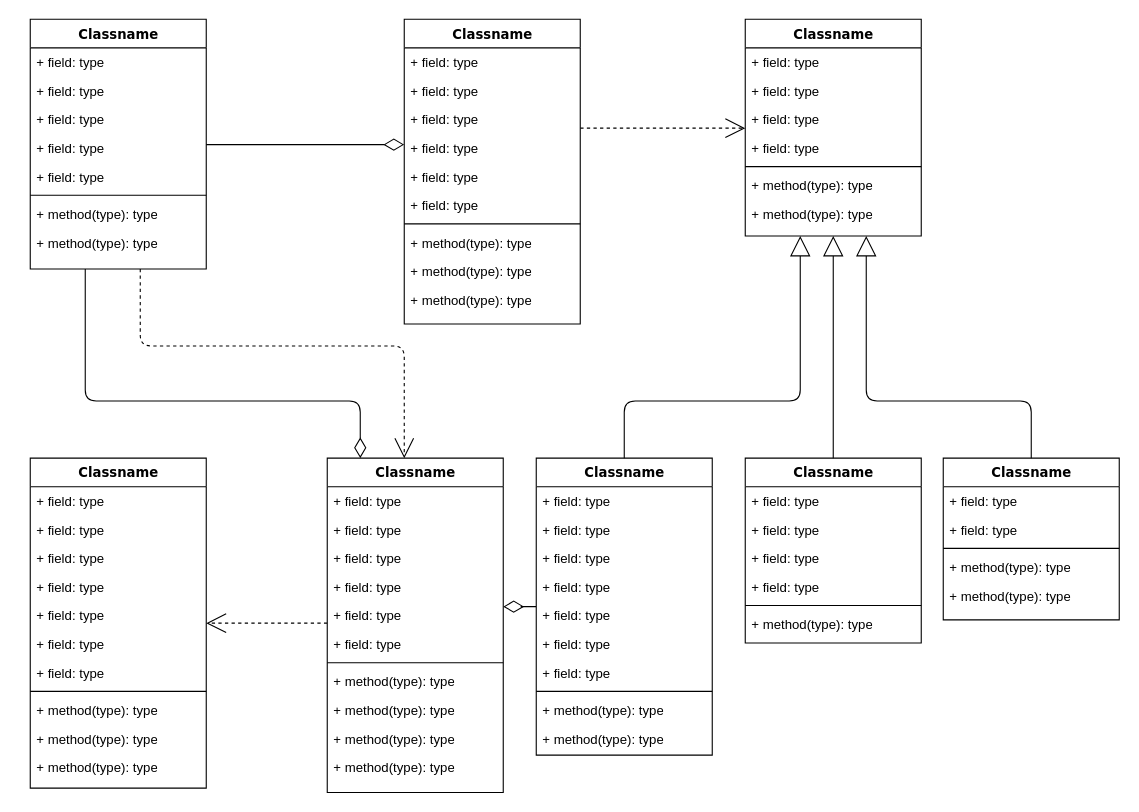
The draw.io diagram Diagrama sin título.drawio in NestorSchneemann/el-experto, before the edit. Source tidied: cells renumbered, new cells numbered last; positions are measured from the earlier drawing's top-left corner, leaving out a move shared by most shapes. Both pictures are drawn from the tidied source at 110%, with x=0, y=0 at pixel (30, 19).
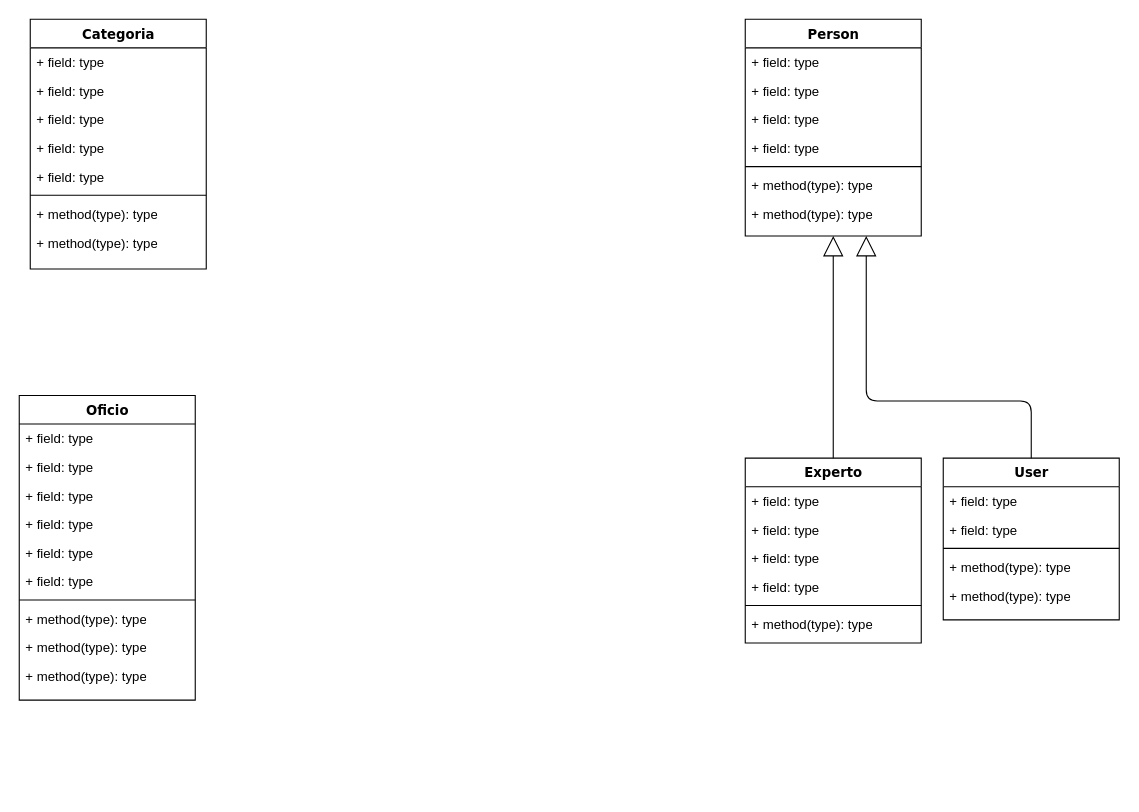
The same page after the edit.

Diff of the diagram source:
```diff
@@
-    <mxCell id="2" style="edgeStyle=orthogonalEdgeStyle;html=1;labelBackgroundColor=none;startFill=0;startSize=8;endArrow=open;endFill=0;endSize=16;fontFamily=Verdana;fontSize=12;dashed=1;" parent="1" edge="1" source="4" target="47">
-      <mxGeometry relative="1" as="geometry">
-        <Array as="points">
-          <mxPoint x="100" y="297" />
-          <mxPoint x="340" y="297" />
-        </Array>
-      </mxGeometry>
-    </mxCell>
-    <mxCell id="3" style="edgeStyle=orthogonalEdgeStyle;html=1;labelBackgroundColor=none;startFill=0;startSize=8;endArrow=diamondThin;endFill=0;endSize=16;fontFamily=Verdana;fontSize=12;" parent="1" edge="1" source="4" target="47">
-      <mxGeometry relative="1" as="geometry">
-        <Array as="points">
-          <mxPoint x="50" y="347" />
-          <mxPoint x="300" y="347" />
-        </Array>
-      </mxGeometry>
-    </mxCell>
-    <mxCell id="4" value="Classname" style="swimlane;html=1;fontStyle=1;align=center;verticalAlign=top;horizontal=1;startSize=26;swimlaneFillColor=#ffffff;rounded=0;shadow=0;comic=0;labelBackgroundColor=none;strokeWidth=1;fillColor=none;fontFamily=Verdana;fontSize=12;" parent="1" vertex="1">
+    <mxCell id="4" value="Categoria" style="swimlane;html=1;fontStyle=1;align=center;verticalAlign=top;horizontal=1;startSize=26;swimlaneFillColor=#ffffff;rounded=0;shadow=0;comic=0;labelBackgroundColor=none;strokeWidth=1;fillColor=none;fontFamily=Verdana;fontSize=12;" parent="1" vertex="1">
       <mxGeometry width="160" height="227" as="geometry" />
     </mxCell>
@@
-    <mxCell id="13" style="edgeStyle=elbowEdgeStyle;html=1;labelBackgroundColor=none;startFill=0;startSize=8;endArrow=open;endFill=0;endSize=16;fontFamily=Verdana;fontSize=12;elbow=vertical;dashed=1;" parent="1" edge="1" source="14" target="25">
-      <mxGeometry relative="1" as="geometry" />
-    </mxCell>
-    <mxCell id="14" value="Classname" style="swimlane;html=1;fontStyle=1;align=center;verticalAlign=top;horizontal=1;startSize=26;swimlaneFillColor=#ffffff;rounded=0;shadow=0;comic=0;labelBackgroundColor=none;strokeWidth=1;fillColor=none;fontFamily=Verdana;fontSize=12;" parent="1" vertex="1">
-      <mxGeometry x="340" width="160" height="277" as="geometry" />
+    <mxCell id="14" value="Oficio" style="swimlane;html=1;fontStyle=1;align=center;verticalAlign=top;horizontal=1;startSize=26;swimlaneFillColor=#ffffff;rounded=0;shadow=0;comic=0;labelBackgroundColor=none;strokeWidth=1;fillColor=none;fontFamily=Verdana;fontSize=12;" parent="1" vertex="1">
+      <mxGeometry x="-10" y="342" width="160" height="277" as="geometry" />
     </mxCell>
@@
-    <mxCell id="25" value="Classname" style="swimlane;html=1;fontStyle=1;align=center;verticalAlign=top;horizontal=1;startSize=26;swimlaneFillColor=#ffffff;rounded=0;shadow=0;comic=0;labelBackgroundColor=none;strokeWidth=1;fillColor=none;fontFamily=Verdana;fontSize=12;" parent="1" vertex="1">
+    <mxCell id="25" value="Person" style="swimlane;html=1;fontStyle=1;align=center;verticalAlign=top;horizontal=1;startSize=26;swimlaneFillColor=#ffffff;rounded=0;shadow=0;comic=0;labelBackgroundColor=none;strokeWidth=1;fillColor=none;fontFamily=Verdana;fontSize=12;" parent="1" vertex="1">
       <mxGeometry x="650" width="160" height="197" as="geometry" />
     </mxCell>
@@
-    <mxCell id="33" style="edgeStyle=elbowEdgeStyle;html=1;labelBackgroundColor=none;startFill=0;startSize=8;endArrow=open;endFill=0;endSize=16;fontFamily=Verdana;fontSize=12;elbow=vertical;dashed=1;" parent="1" edge="1" source="47" target="34">
-      <mxGeometry relative="1" as="geometry" />
-    </mxCell>
-    <mxCell id="34" value="Classname" style="swimlane;html=1;fontStyle=1;align=center;verticalAlign=top;horizontal=1;startSize=26;swimlaneFillColor=#ffffff;rounded=0;shadow=0;comic=0;labelBackgroundColor=none;strokeWidth=1;fillColor=none;fontFamily=Verdana;fontSize=12;" parent="1" vertex="1">
-      <mxGeometry y="399" width="160" height="300" as="geometry" />
-    </mxCell>
-    <mxCell id="35" value="+ field: type" style="text;html=1;strokeColor=none;fillColor=none;align=left;verticalAlign=top;spacingLeft=4;spacingRight=4;whiteSpace=wrap;overflow=hidden;" parent="34" vertex="1">
-      <mxGeometry y="26" width="160" height="26" as="geometry" />
-    </mxCell>
-    <mxCell id="36" value="+ field: type" style="text;html=1;strokeColor=none;fillColor=none;align=left;verticalAlign=top;spacingLeft=4;spacingRight=4;whiteSpace=wrap;overflow=hidden;" parent="34" vertex="1">
-      <mxGeometry y="52" width="160" height="26" as="geometry" />
-    </mxCell>
-    <mxCell id="37" value="+ field: type" style="text;html=1;strokeColor=none;fillColor=none;align=left;verticalAlign=top;spacingLeft=4;spacingRight=4;whiteSpace=wrap;overflow=hidden;" parent="34" vertex="1">
-      <mxGeometry y="78" width="160" height="26" as="geometry" />
-    </mxCell>
-    <mxCell id="38" value="+ field: type" style="text;html=1;strokeColor=none;fillColor=none;align=left;verticalAlign=top;spacingLeft=4;spacingRight=4;whiteSpace=wrap;overflow=hidden;" parent="34" vertex="1">
-      <mxGeometry y="104" width="160" height="26" as="geometry" />
-    </mxCell>
-    <mxCell id="39" value="+ field: type" style="text;html=1;strokeColor=none;fillColor=none;align=left;verticalAlign=top;spacingLeft=4;spacingRight=4;whiteSpace=wrap;overflow=hidden;" parent="34" vertex="1">
-      <mxGeometry y="130" width="160" height="26" as="geometry" />
-    </mxCell>
-    <mxCell id="40" value="+ field: type" style="text;html=1;strokeColor=none;fillColor=none;align=left;verticalAlign=top;spacingLeft=4;spacingRight=4;whiteSpace=wrap;overflow=hidden;" parent="34" vertex="1">
-      <mxGeometry y="156" width="160" height="26" as="geometry" />
-    </mxCell>
-    <mxCell id="41" value="+ field: type" style="text;html=1;strokeColor=none;fillColor=none;align=left;verticalAlign=top;spacingLeft=4;spacingRight=4;whiteSpace=wrap;overflow=hidden;" parent="34" vertex="1">
-      <mxGeometry y="182" width="160" height="26" as="geometry" />
-    </mxCell>
-    <mxCell id="42" style="line;html=1;strokeWidth=1;fillColor=none;align=left;verticalAlign=middle;spacingTop=-1;spacingLeft=3;spacingRight=3;labelPosition=right;" parent="34" vertex="1">
-      <mxGeometry y="208" width="160" height="8" as="geometry" />
-    </mxCell>
-    <mxCell id="43" value="+ method(type): type" style="text;html=1;strokeColor=none;fillColor=none;align=left;verticalAlign=top;spacingLeft=4;spacingRight=4;whiteSpace=wrap;overflow=hidden;" parent="34" vertex="1">
-      <mxGeometry y="216" width="160" height="26" as="geometry" />
-    </mxCell>
-    <mxCell id="44" value="+ method(type): type" style="text;html=1;strokeColor=none;fillColor=none;align=left;verticalAlign=top;spacingLeft=4;spacingRight=4;whiteSpace=wrap;overflow=hidden;" parent="34" vertex="1">
-      <mxGeometry y="242" width="160" height="26" as="geometry" />
-    </mxCell>
-    <mxCell id="45" value="+ method(type): type" style="text;html=1;strokeColor=none;fillColor=none;align=left;verticalAlign=top;spacingLeft=4;spacingRight=4;whiteSpace=wrap;overflow=hidden;" parent="34" vertex="1">
-      <mxGeometry y="268" width="160" height="26" as="geometry" />
-    </mxCell>
-    <mxCell id="46" style="edgeStyle=elbowEdgeStyle;html=1;labelBackgroundColor=none;startFill=0;startSize=8;endArrow=diamondThin;endFill=0;endSize=16;fontFamily=Verdana;fontSize=12;elbow=vertical;" parent="1" edge="1" source="60" target="47">
-      <mxGeometry relative="1" as="geometry" />
-    </mxCell>
-    <mxCell id="47" value="Classname" style="swimlane;html=1;fontStyle=1;align=center;verticalAlign=top;horizontal=1;startSize=26;swimlaneFillColor=#ffffff;rounded=0;shadow=0;comic=0;labelBackgroundColor=none;strokeWidth=1;fillColor=none;fontFamily=Verdana;fontSize=12;" parent="1" vertex="1">
-      <mxGeometry x="270" y="399" width="160" height="304" as="geometry" />
-    </mxCell>
-    <mxCell id="48" value="+ field: type" style="text;html=1;strokeColor=none;fillColor=none;align=left;verticalAlign=top;spacingLeft=4;spacingRight=4;whiteSpace=wrap;overflow=hidden;" parent="47" vertex="1">
-      <mxGeometry y="26" width="160" height="26" as="geometry" />
-    </mxCell>
-    <mxCell id="49" value="+ field: type" style="text;html=1;strokeColor=none;fillColor=none;align=left;verticalAlign=top;spacingLeft=4;spacingRight=4;whiteSpace=wrap;overflow=hidden;" parent="47" vertex="1">
-      <mxGeometry y="52" width="160" height="26" as="geometry" />
-    </mxCell>
-    <mxCell id="50" value="+ field: type" style="text;html=1;strokeColor=none;fillColor=none;align=left;verticalAlign=top;spacingLeft=4;spacingRight=4;whiteSpace=wrap;overflow=hidden;" parent="47" vertex="1">
-      <mxGeometry y="78" width="160" height="26" as="geometry" />
-    </mxCell>
-    <mxCell id="51" value="+ field: type" style="text;html=1;strokeColor=none;fillColor=none;align=left;verticalAlign=top;spacingLeft=4;spacingRight=4;whiteSpace=wrap;overflow=hidden;" parent="47" vertex="1">
-      <mxGeometry y="104" width="160" height="26" as="geometry" />
-    </mxCell>
-    <mxCell id="52" value="+ field: type" style="text;html=1;strokeColor=none;fillColor=none;align=left;verticalAlign=top;spacingLeft=4;spacingRight=4;whiteSpace=wrap;overflow=hidden;" parent="47" vertex="1">
-      <mxGeometry y="130" width="160" height="26" as="geometry" />
-    </mxCell>
-    <mxCell id="53" value="+ field: type" style="text;html=1;strokeColor=none;fillColor=none;align=left;verticalAlign=top;spacingLeft=4;spacingRight=4;whiteSpace=wrap;overflow=hidden;" parent="47" vertex="1">
-      <mxGeometry y="156" width="160" height="26" as="geometry" />
-    </mxCell>
-    <mxCell id="54" style="line;html=1;strokeWidth=1;fillColor=none;align=left;verticalAlign=middle;spacingTop=-1;spacingLeft=3;spacingRight=3;labelPosition=right;" parent="47" vertex="1">
-      <mxGeometry y="182" width="160" height="8" as="geometry" />
-    </mxCell>
-    <mxCell id="55" value="+ method(type): type" style="text;html=1;strokeColor=none;fillColor=none;align=left;verticalAlign=top;spacingLeft=4;spacingRight=4;whiteSpace=wrap;overflow=hidden;" parent="47" vertex="1">
-      <mxGeometry y="190" width="160" height="26" as="geometry" />
-    </mxCell>
-    <mxCell id="56" value="+ method(type): type" style="text;html=1;strokeColor=none;fillColor=none;align=left;verticalAlign=top;spacingLeft=4;spacingRight=4;whiteSpace=wrap;overflow=hidden;" parent="47" vertex="1">
-      <mxGeometry y="216" width="160" height="26" as="geometry" />
-    </mxCell>
-    <mxCell id="57" value="+ method(type): type" style="text;html=1;strokeColor=none;fillColor=none;align=left;verticalAlign=top;spacingLeft=4;spacingRight=4;whiteSpace=wrap;overflow=hidden;" parent="47" vertex="1">
-      <mxGeometry y="242" width="160" height="26" as="geometry" />
-    </mxCell>
-    <mxCell id="58" value="+ method(type): type" style="text;html=1;strokeColor=none;fillColor=none;align=left;verticalAlign=top;spacingLeft=4;spacingRight=4;whiteSpace=wrap;overflow=hidden;" parent="47" vertex="1">
-      <mxGeometry y="268" width="160" height="26" as="geometry" />
-    </mxCell>
-    <mxCell id="59" style="edgeStyle=orthogonalEdgeStyle;html=1;labelBackgroundColor=none;startFill=0;startSize=8;endArrow=block;endFill=0;endSize=16;fontFamily=Verdana;fontSize=12;" parent="1" edge="1" source="60" target="25">
-      <mxGeometry relative="1" as="geometry">
-        <Array as="points">
-          <mxPoint x="540" y="347" />
-          <mxPoint x="700" y="347" />
-        </Array>
-      </mxGeometry>
-    </mxCell>
-    <mxCell id="60" value="Classname" style="swimlane;html=1;fontStyle=1;align=center;verticalAlign=top;horizontal=1;startSize=26;swimlaneFillColor=#ffffff;rounded=0;shadow=0;comic=0;labelBackgroundColor=none;strokeWidth=1;fillColor=none;fontFamily=Verdana;fontSize=12;" parent="1" vertex="1">
-      <mxGeometry x="460" y="399" width="160" height="270" as="geometry" />
-    </mxCell>
-    <mxCell id="61" value="+ field: type" style="text;html=1;strokeColor=none;fillColor=none;align=left;verticalAlign=top;spacingLeft=4;spacingRight=4;whiteSpace=wrap;overflow=hidden;" parent="60" vertex="1">
-      <mxGeometry y="26" width="160" height="26" as="geometry" />
-    </mxCell>
-    <mxCell id="62" value="+ field: type" style="text;html=1;strokeColor=none;fillColor=none;align=left;verticalAlign=top;spacingLeft=4;spacingRight=4;whiteSpace=wrap;overflow=hidden;" parent="60" vertex="1">
-      <mxGeometry y="52" width="160" height="26" as="geometry" />
-    </mxCell>
-    <mxCell id="63" value="+ field: type" style="text;html=1;strokeColor=none;fillColor=none;align=left;verticalAlign=top;spacingLeft=4;spacingRight=4;whiteSpace=wrap;overflow=hidden;" parent="60" vertex="1">
-      <mxGeometry y="78" width="160" height="26" as="geometry" />
-    </mxCell>
-    <mxCell id="64" value="+ field: type" style="text;html=1;strokeColor=none;fillColor=none;align=left;verticalAlign=top;spacingLeft=4;spacingRight=4;whiteSpace=wrap;overflow=hidden;" parent="60" vertex="1">
-      <mxGeometry y="104" width="160" height="26" as="geometry" />
-    </mxCell>
-    <mxCell id="65" value="+ field: type" style="text;html=1;strokeColor=none;fillColor=none;align=left;verticalAlign=top;spacingLeft=4;spacingRight=4;whiteSpace=wrap;overflow=hidden;" parent="60" vertex="1">
-      <mxGeometry y="130" width="160" height="26" as="geometry" />
-    </mxCell>
-    <mxCell id="66" value="+ field: type" style="text;html=1;strokeColor=none;fillColor=none;align=left;verticalAlign=top;spacingLeft=4;spacingRight=4;whiteSpace=wrap;overflow=hidden;" parent="60" vertex="1">
-      <mxGeometry y="156" width="160" height="26" as="geometry" />
-    </mxCell>
-    <mxCell id="67" value="+ field: type" style="text;html=1;strokeColor=none;fillColor=none;align=left;verticalAlign=top;spacingLeft=4;spacingRight=4;whiteSpace=wrap;overflow=hidden;" parent="60" vertex="1">
-      <mxGeometry y="182" width="160" height="26" as="geometry" />
-    </mxCell>
-    <mxCell id="68" style="line;html=1;strokeWidth=1;fillColor=none;align=left;verticalAlign=middle;spacingTop=-1;spacingLeft=3;spacingRight=3;labelPosition=right;" parent="60" vertex="1">
-      <mxGeometry y="208" width="160" height="8" as="geometry" />
-    </mxCell>
-    <mxCell id="69" value="+ method(type): type" style="text;html=1;strokeColor=none;fillColor=none;align=left;verticalAlign=top;spacingLeft=4;spacingRight=4;whiteSpace=wrap;overflow=hidden;" parent="60" vertex="1">
-      <mxGeometry y="216" width="160" height="26" as="geometry" />
-    </mxCell>
-    <mxCell id="70" value="+ method(type): type" style="text;html=1;strokeColor=none;fillColor=none;align=left;verticalAlign=top;spacingLeft=4;spacingRight=4;whiteSpace=wrap;overflow=hidden;" parent="60" vertex="1">
-      <mxGeometry y="242" width="160" height="26" as="geometry" />
-    </mxCell>
@@
-    <mxCell id="72" value="Classname" style="swimlane;html=1;fontStyle=1;align=center;verticalAlign=top;horizontal=1;startSize=26;swimlaneFillColor=#ffffff;rounded=0;shadow=0;comic=0;labelBackgroundColor=none;strokeWidth=1;fillColor=none;fontFamily=Verdana;fontSize=12;" parent="1" vertex="1">
+    <mxCell id="72" value="Experto" style="swimlane;html=1;fontStyle=1;align=center;verticalAlign=top;horizontal=1;startSize=26;swimlaneFillColor=#ffffff;rounded=0;shadow=0;comic=0;labelBackgroundColor=none;strokeWidth=1;fillColor=none;fontFamily=Verdana;fontSize=12;" parent="1" vertex="1">
       <mxGeometry x="650" y="399" width="160" height="168" as="geometry" />
     </mxCell>
@@
-    <mxCell id="80" value="Classname" style="swimlane;html=1;fontStyle=1;align=center;verticalAlign=top;horizontal=1;startSize=26;swimlaneFillColor=#ffffff;rounded=0;shadow=0;comic=0;labelBackgroundColor=none;strokeWidth=1;fillColor=none;fontFamily=Verdana;fontSize=12;" parent="1" vertex="1">
+    <mxCell id="80" value="User" style="swimlane;html=1;fontStyle=1;align=center;verticalAlign=top;horizontal=1;startSize=26;swimlaneFillColor=#ffffff;rounded=0;shadow=0;comic=0;labelBackgroundColor=none;strokeWidth=1;fillColor=none;fontFamily=Verdana;fontSize=12;" parent="1" vertex="1">
       <mxGeometry x="830" y="399" width="160" height="147" as="geometry" />
     </mxCell>
@@
-    <mxCell id="86" style="edgeStyle=elbowEdgeStyle;html=1;labelBackgroundColor=none;startFill=0;startSize=8;endArrow=diamondThin;endFill=0;endSize=16;fontFamily=Verdana;fontSize=12;elbow=vertical;" parent="1" edge="1" source="4" target="14">
-      <mxGeometry relative="1" as="geometry" />
-    </mxCell>
```
